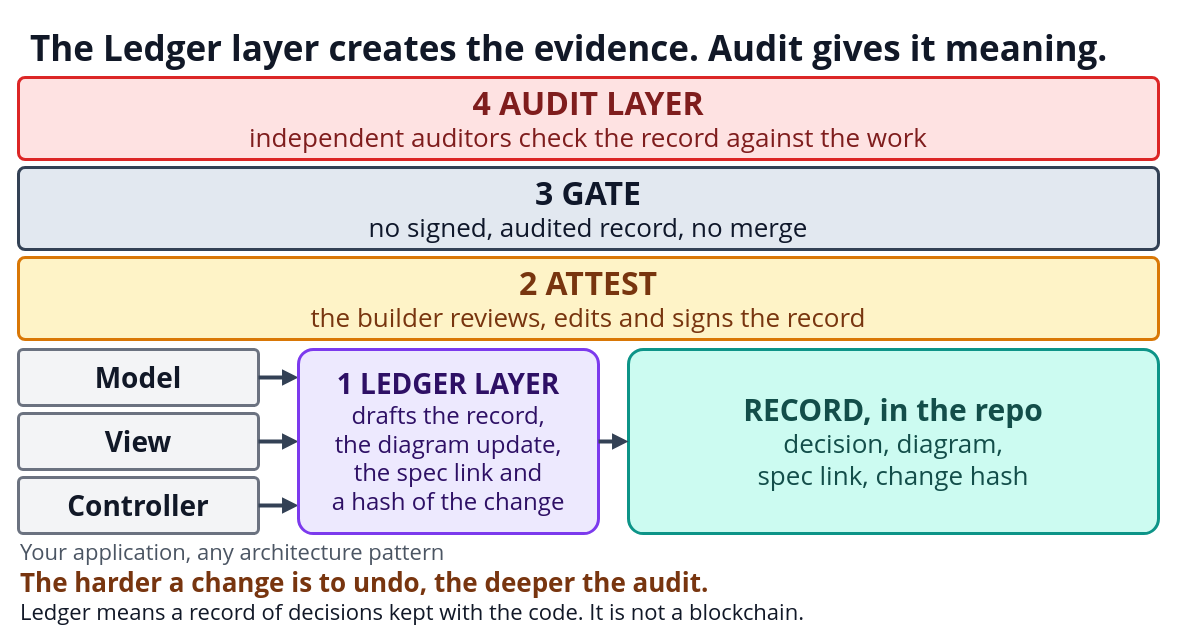
Above: diagrams/01-ledger-layer-architecture.drawio in i-asimkhan/ledger-layer-pattern (draw.io), before the change. Source tidied: cells renumbered, new cells numbered last; positions are measured from the earlier drawing's top-left corner, leaving out a move shared by most shapes. Both pictures are drawn from the tidied source at 100%, with x=0, y=0 at pixel (18, 21).
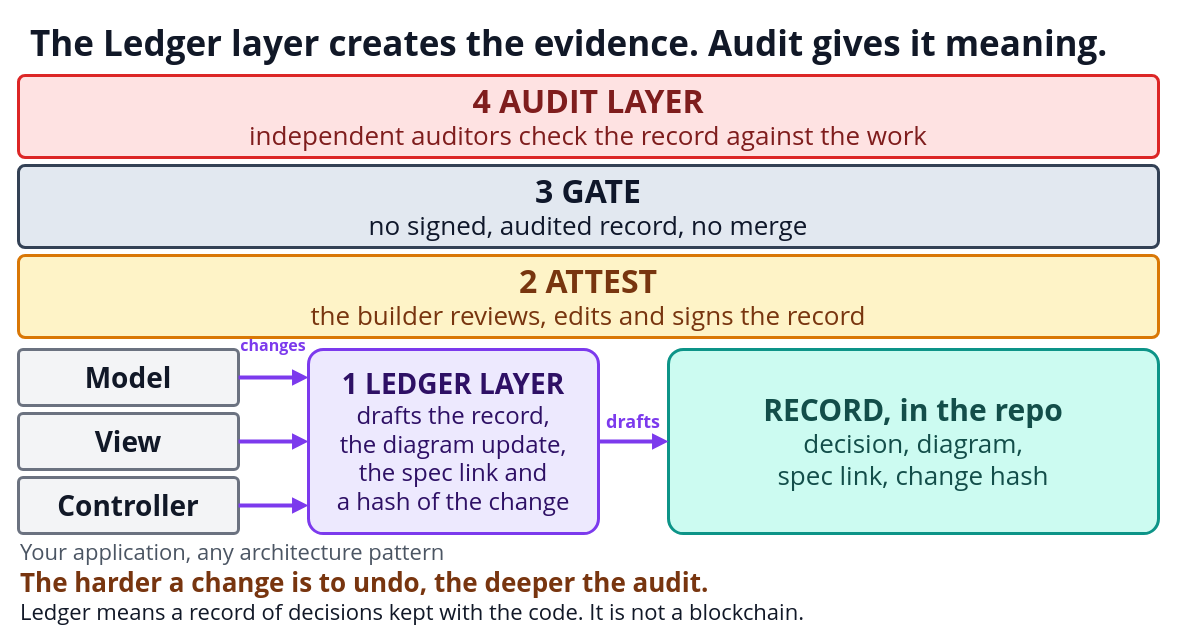
The same diagram, later.

What changed in the source:
```diff
@@
     <mxCell id="2" value="The Ledger layer creates the evidence. Audit gives it meaning." style="text;html=1;strokeColor=none;fillColor=none;whiteSpace=wrap;verticalAlign=middle;align=left;fontSize=35;fontColor=#111827;fontFamily=Segoe UI;fontStyle=1;" parent="1" vertex="1">
-      <mxGeometry x="10" width="1120" height="52" as="geometry" />
+      <mxGeometry x="10" y="-4" width="1120" height="50" as="geometry" />
     </mxCell>
     <mxCell id="3" value="&lt;span style=&quot;font-size:32px&quot;&gt;&lt;b&gt;4  AUDIT LAYER&lt;/b&gt;&lt;/span&gt;&lt;br&gt;&lt;span style=&quot;font-size:26px&quot;&gt;independent auditors check the record against the work&lt;/span&gt;" style="rounded=1;arcSize=8;whiteSpace=wrap;html=1;fillColor=#FEE2E2;strokeColor=#DC2626;fontColor=#7F1D1D;strokeWidth=3;align=center;verticalAlign=middle;fontSize=26;fontFamily=Segoe UI;" parent="1" vertex="1">
-      <mxGeometry y="56" width="1140" height="82" as="geometry" />
+      <mxGeometry y="54" width="1140" height="82" as="geometry" />
     </mxCell>
     <mxCell id="4" value="&lt;span style=&quot;font-size:32px&quot;&gt;&lt;b&gt;3  GATE&lt;/b&gt;&lt;/span&gt;&lt;br&gt;&lt;span style=&quot;font-size:26px&quot;&gt;no signed, audited record, no merge&lt;/span&gt;" style="rounded=1;arcSize=8;whiteSpace=wrap;html=1;fillColor=#E2E8F0;strokeColor=#334155;fontColor=#0F172A;strokeWidth=3;align=center;verticalAlign=middle;fontSize=26;fontFamily=Segoe UI;" parent="1" vertex="1">
-      <mxGeometry y="146" width="1140" height="82" as="geometry" />
+      <mxGeometry y="144" width="1140" height="82" as="geometry" />
     </mxCell>
     <mxCell id="5" value="&lt;span style=&quot;font-size:32px&quot;&gt;&lt;b&gt;2  ATTEST&lt;/b&gt;&lt;/span&gt;&lt;br&gt;&lt;span style=&quot;font-size:26px&quot;&gt;the builder reviews, edits and signs the record&lt;/span&gt;" style="rounded=1;arcSize=8;whiteSpace=wrap;html=1;fillColor=#FEF3C7;strokeColor=#D97706;fontColor=#78350F;strokeWidth=3;align=center;verticalAlign=middle;fontSize=26;fontFamily=Segoe UI;" parent="1" vertex="1">
-      <mxGeometry y="236" width="1140" height="82" as="geometry" />
+      <mxGeometry y="234" width="1140" height="82" as="geometry" />
     </mxCell>
     <mxCell id="6" value="&lt;span style=&quot;font-size:28px&quot;&gt;&lt;b&gt;Model&lt;/b&gt;&lt;/span&gt;" style="rounded=1;arcSize=8;whiteSpace=wrap;html=1;fillColor=#F3F4F6;strokeColor=#6B7280;fontColor=#111827;strokeWidth=3;align=center;verticalAlign=middle;fontSize=24;fontFamily=Segoe UI;" parent="1" vertex="1">
-      <mxGeometry y="328" width="240" height="56" as="geometry" />
+      <mxGeometry y="328" width="220" height="56" as="geometry" />
     </mxCell>
-    <mxCell id="7" style="endArrow=block;endFill=1;html=1;rounded=0;strokeColor=#334155;strokeWidth=4;" parent="1" edge="1">
+    <mxCell id="7" style="endArrow=block;endFill=1;html=1;rounded=0;strokeColor=#7C3AED;strokeWidth=4;" parent="1" edge="1">
       <mxGeometry relative="1" as="geometry">
-        <mxPoint x="240" y="356" as="sourcePoint" />
-        <mxPoint x="280" y="356" as="targetPoint" />
+        <mxPoint x="220" y="356" as="sourcePoint" />
+        <mxPoint x="290" y="356" as="targetPoint" />
       </mxGeometry>
     </mxCell>
     <mxCell id="8" value="&lt;span style=&quot;font-size:28px&quot;&gt;&lt;b&gt;View&lt;/b&gt;&lt;/span&gt;" style="rounded=1;arcSize=8;whiteSpace=wrap;html=1;fillColor=#F3F4F6;strokeColor=#6B7280;fontColor=#111827;strokeWidth=3;align=center;verticalAlign=middle;fontSize=24;fontFamily=Segoe UI;" parent="1" vertex="1">
-      <mxGeometry y="392" width="240" height="56" as="geometry" />
+      <mxGeometry y="392" width="220" height="56" as="geometry" />
     </mxCell>
-    <mxCell id="9" style="endArrow=block;endFill=1;html=1;rounded=0;strokeColor=#334155;strokeWidth=4;" parent="1" edge="1">
+    <mxCell id="9" style="endArrow=block;endFill=1;html=1;rounded=0;strokeColor=#7C3AED;strokeWidth=4;" parent="1" edge="1">
       <mxGeometry relative="1" as="geometry">
-        <mxPoint x="240" y="420" as="sourcePoint" />
-        <mxPoint x="280" y="420" as="targetPoint" />
+        <mxPoint x="220" y="420" as="sourcePoint" />
+        <mxPoint x="290" y="420" as="targetPoint" />
       </mxGeometry>
     </mxCell>
     <mxCell id="10" value="&lt;span style=&quot;font-size:28px&quot;&gt;&lt;b&gt;Controller&lt;/b&gt;&lt;/span&gt;" style="rounded=1;arcSize=8;whiteSpace=wrap;html=1;fillColor=#F3F4F6;strokeColor=#6B7280;fontColor=#111827;strokeWidth=3;align=center;verticalAlign=middle;fontSize=24;fontFamily=Segoe UI;" parent="1" vertex="1">
-      <mxGeometry y="456" width="240" height="56" as="geometry" />
+      <mxGeometry y="456" width="220" height="56" as="geometry" />
     </mxCell>
-    <mxCell id="11" style="endArrow=block;endFill=1;html=1;rounded=0;strokeColor=#334155;strokeWidth=4;" parent="1" edge="1">
+    <mxCell id="11" style="endArrow=block;endFill=1;html=1;rounded=0;strokeColor=#7C3AED;strokeWidth=4;" parent="1" edge="1">
       <mxGeometry relative="1" as="geometry">
-        <mxPoint x="240" y="484" as="sourcePoint" />
-        <mxPoint x="280" y="484" as="targetPoint" />
+        <mxPoint x="220" y="484" as="sourcePoint" />
+        <mxPoint x="290" y="484" as="targetPoint" />
       </mxGeometry>
     </mxCell>
-    <mxCell id="12" value="&lt;span style=&quot;font-size:28px&quot;&gt;&lt;b&gt;1  LEDGER LAYER&lt;/b&gt;&lt;/span&gt;&lt;br&gt;&lt;span style=&quot;font-size:24px&quot;&gt;drafts the record,&lt;/span&gt;&lt;br&gt;&lt;span style=&quot;font-size:24px&quot;&gt;the diagram update,&lt;/span&gt;&lt;br&gt;&lt;span style=&quot;font-size:24px&quot;&gt;the spec link and&lt;/span&gt;&lt;br&gt;&lt;span style=&quot;font-size:24px&quot;&gt;a hash of the change&lt;/span&gt;" style="rounded=1;arcSize=8;whiteSpace=wrap;html=1;fillColor=#EDE9FE;strokeColor=#7C3AED;fontColor=#2E1065;strokeWidth=3;align=center;verticalAlign=middle;fontSize=24;fontFamily=Segoe UI;" parent="1" vertex="1">
-      <mxGeometry x="280" y="328" width="300" height="184" as="geometry" />
+    <mxCell id="12" value="changes" style="text;html=1;strokeColor=none;fillColor=none;whiteSpace=wrap;verticalAlign=middle;align=center;fontSize=16;fontColor=#7C3AED;fontFamily=Segoe UI;fontStyle=1;" parent="1" vertex="1">
+      <mxGeometry x="220" y="314" width="70" height="20" as="geometry" />
     </mxCell>
-    <mxCell id="13" value="&lt;span style=&quot;font-size:30px&quot;&gt;&lt;b&gt;RECORD, in the repo&lt;/b&gt;&lt;/span&gt;&lt;br&gt;&lt;span style=&quot;font-size:26px&quot;&gt;decision, diagram,&lt;/span&gt;&lt;br&gt;&lt;span style=&quot;font-size:26px&quot;&gt;spec link, change hash&lt;/span&gt;" style="rounded=1;arcSize=8;whiteSpace=wrap;html=1;fillColor=#CCFBF1;strokeColor=#0D9488;fontColor=#134E4A;strokeWidth=3;align=center;verticalAlign=middle;fontSize=26;fontFamily=Segoe UI;" parent="1" vertex="1">
-      <mxGeometry x="610" y="328" width="530" height="184" as="geometry" />
+    <mxCell id="13" value="&lt;span style=&quot;font-size:28px&quot;&gt;&lt;b&gt;1  LEDGER LAYER&lt;/b&gt;&lt;/span&gt;&lt;br&gt;&lt;span style=&quot;font-size:24px&quot;&gt;drafts the record,&lt;/span&gt;&lt;br&gt;&lt;span style=&quot;font-size:24px&quot;&gt;the diagram update,&lt;/span&gt;&lt;br&gt;&lt;span style=&quot;font-size:24px&quot;&gt;the spec link and&lt;/span&gt;&lt;br&gt;&lt;span style=&quot;font-size:24px&quot;&gt;a hash of the change&lt;/span&gt;" style="rounded=1;arcSize=8;whiteSpace=wrap;html=1;fillColor=#EDE9FE;strokeColor=#7C3AED;fontColor=#2E1065;strokeWidth=3;align=center;verticalAlign=middle;fontSize=24;fontFamily=Segoe UI;" parent="1" vertex="1">
+      <mxGeometry x="290" y="328" width="290" height="184" as="geometry" />
     </mxCell>
-    <mxCell id="14" style="endArrow=block;endFill=1;html=1;rounded=0;strokeColor=#334155;strokeWidth=4;" parent="1" edge="1">
-      <mxGeometry relative="1" as="geometry">
-        <mxPoint x="580" y="420" as="sourcePoint" />
-        <mxPoint x="610" y="420" as="targetPoint" />
-      </mxGeometry>
+    <mxCell id="14" value="&lt;span style=&quot;font-size:30px&quot;&gt;&lt;b&gt;RECORD, in the repo&lt;/b&gt;&lt;/span&gt;&lt;br&gt;&lt;span style=&quot;font-size:26px&quot;&gt;decision, diagram,&lt;/span&gt;&lt;br&gt;&lt;span style=&quot;font-size:26px&quot;&gt;spec link, change hash&lt;/span&gt;" style="rounded=1;arcSize=8;whiteSpace=wrap;html=1;fillColor=#CCFBF1;strokeColor=#0D9488;fontColor=#134E4A;strokeWidth=3;align=center;verticalAlign=middle;fontSize=26;fontFamily=Segoe UI;" parent="1" vertex="1">
+      <mxGeometry x="650" y="328" width="490" height="184" as="geometry" />
     </mxCell>
-    <mxCell id="15" value="Your application, any architecture pattern" style="text;html=1;strokeColor=none;fillColor=none;whiteSpace=wrap;verticalAlign=middle;align=left;fontSize=22;fontColor=#4B5563;fontFamily=Segoe UI;fontStyle=0;" parent="1" vertex="1">
-      <mxGeometry y="516" width="760" height="28" as="geometry" />
+    <mxCell id="15" style="endArrow=block;endFill=1;html=1;rounded=0;strokeColor=#7C3AED;strokeWidth=4;" parent="1" edge="1">
+      <mxGeometry relative="1" as="geometry">
+        <mxPoint x="580" y="420" as="sourcePoint" />
+        <mxPoint x="650" y="420" as="targetPoint" />
+      </mxGeometry>
     </mxCell>
-    <mxCell id="16" value="The harder a change is to undo, the deeper the audit." style="text;html=1;strokeColor=none;fillColor=none;whiteSpace=wrap;verticalAlign=middle;align=left;fontSize=26;fontColor=#78350F;fontFamily=Segoe UI;fontStyle=1;" parent="1" vertex="1">
-      <mxGeometry y="544" width="1140" height="34" as="geometry" />
+    <mxCell id="16" value="drafts" style="text;html=1;strokeColor=none;fillColor=none;whiteSpace=wrap;verticalAlign=middle;align=center;fontSize=18;fontColor=#7C3AED;fontFamily=Segoe UI;fontStyle=1;" parent="1" vertex="1">
+      <mxGeometry x="579" y="386" width="72" height="28" as="geometry" />
     </mxCell>
-    <mxCell id="17" value="Ledger means a record of decisions kept with the code. It is not a blockchain." style="text;html=1;strokeColor=none;fillColor=none;whiteSpace=wrap;verticalAlign=middle;align=left;fontSize=22;fontColor=#111827;fontFamily=Segoe UI;fontStyle=0;" parent="1" vertex="1">
-      <mxGeometry y="576" width="1140" height="28" as="geometry" />
+    <mxCell id="17" value="Your application, any architecture pattern" style="text;html=1;strokeColor=none;fillColor=none;whiteSpace=wrap;verticalAlign=middle;align=left;fontSize=22;fontColor=#4B5563;fontFamily=Segoe UI;fontStyle=0;" parent="1" vertex="1">
+      <mxGeometry y="516" width="760" height="28" as="geometry" />
     </mxCell>
+    <mxCell id="18" value="The harder a change is to undo, the deeper the audit." style="text;html=1;strokeColor=none;fillColor=none;whiteSpace=wrap;verticalAlign=middle;align=left;fontSize=26;fontColor=#78350F;fontFamily=Segoe UI;fontStyle=1;" parent="1" vertex="1">
+      <mxGeometry y="544" width="1140" height="34" as="geometry" />
+    </mxCell>
+    <mxCell id="19" value="Ledger means a record of decisions kept with the code. It is not a blockchain." style="text;html=1;strokeColor=none;fillColor=none;whiteSpace=wrap;verticalAlign=middle;align=left;fontSize=22;fontColor=#111827;fontFamily=Segoe UI;fontStyle=0;" parent="1" vertex="1">
+      <mxGeometry y="576" width="1140" height="28" as="geometry" />
+    </mxCell>
```
